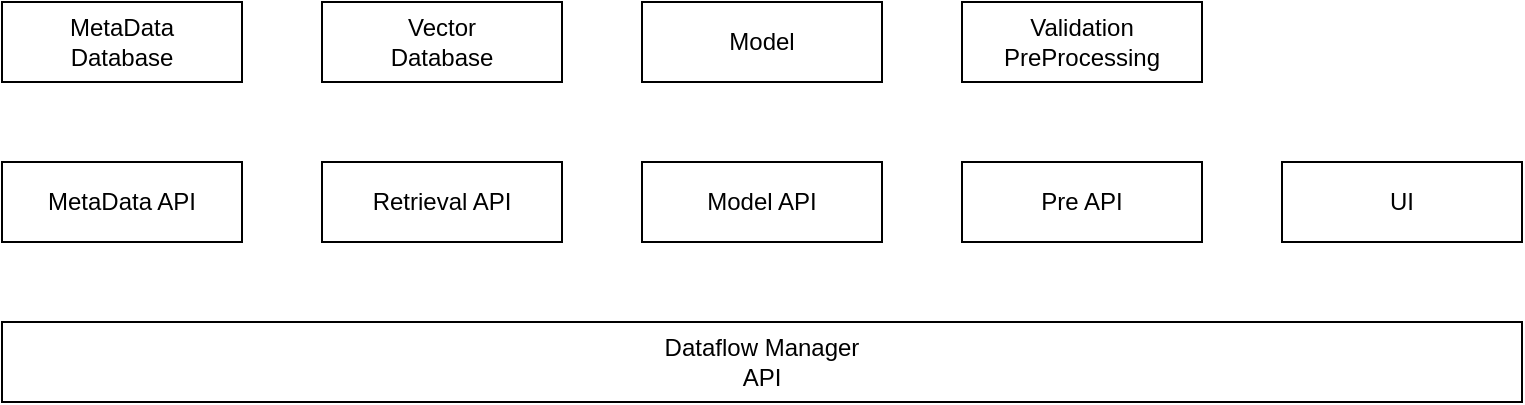
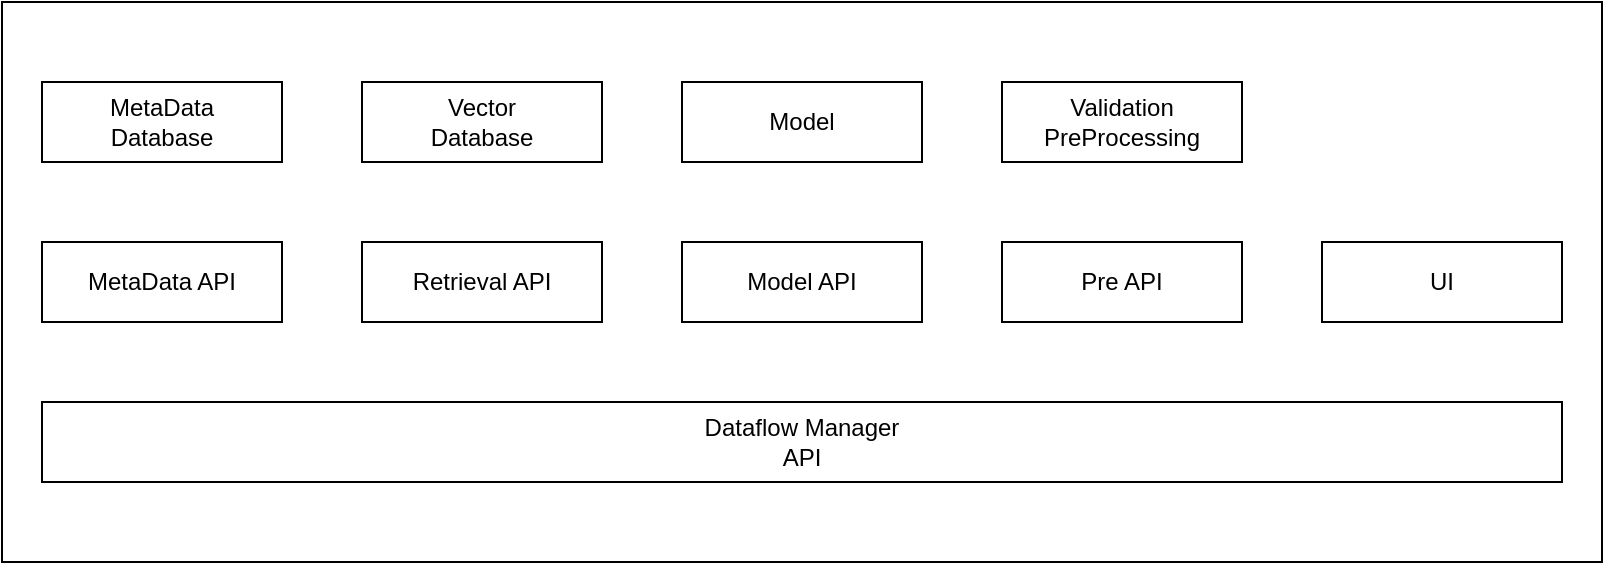
<mxfile host="app.diagrams.net">
  <diagram name="Page-1" id="dV6sFsgEIyX-CcUq-y50">
-     <mxGraphModel dx="1094" dy="630" grid="1" gridSize="10" guides="1" tooltips="1" connect="1" arrows="1" fold="1" page="1" pageScale="1" pageWidth="850" pageHeight="1100" math="0" shadow="0">
+     <mxGraphModel dx="1030" dy="567" grid="1" gridSize="10" guides="1" tooltips="1" connect="1" arrows="1" fold="1" page="1" pageScale="1" pageWidth="850" pageHeight="1100" math="0" shadow="0">
      <root>
        <mxCell id="0" />
        <mxCell id="1" parent="0" />
+         <mxCell id="oEmL9QSkqEDW2ZOyH5sm-1" parent="1" style="rounded=0;whiteSpace=wrap;html=1;" value="" vertex="1">
+           <mxGeometry height="280" width="800" x="20" y="120" as="geometry" />
+         </mxCell>
        <mxCell id="01rGyNu2nPAFHr5glRu8-1" parent="1" style="rounded=0;whiteSpace=wrap;html=1;" value="Model" vertex="1">
          <mxGeometry height="40" width="120" x="360" y="160" as="geometry" />
        </mxCell>
        <mxCell id="01rGyNu2nPAFHr5glRu8-3" parent="1" style="rounded=0;whiteSpace=wrap;html=1;" value="Model API" vertex="1">
          <mxGeometry height="40" width="120" x="360" y="240" as="geometry" />
        </mxCell>
        <mxCell id="01rGyNu2nPAFHr5glRu8-4" parent="1" style="rounded=0;whiteSpace=wrap;html=1;" value="UI" vertex="1">
          <mxGeometry height="40" width="120" x="680" y="240" as="geometry" />
        </mxCell>
        <mxCell id="01rGyNu2nPAFHr5glRu8-5" parent="1" style="rounded=0;whiteSpace=wrap;html=1;" value="&lt;div&gt;MetaData&lt;/div&gt;Database" vertex="1">
          <mxGeometry height="40" width="120" x="40" y="160" as="geometry" />
        </mxCell>
        <mxCell id="01rGyNu2nPAFHr5glRu8-8" parent="1" style="rounded=0;whiteSpace=wrap;html=1;" value="Dataflow Manager&lt;div&gt;API&lt;/div&gt;" vertex="1">
          <mxGeometry height="40" width="760" x="40" y="320" as="geometry" />
        </mxCell>
        <mxCell id="01rGyNu2nPAFHr5glRu8-9" parent="1" style="rounded=0;whiteSpace=wrap;html=1;" value="&lt;div&gt;Validation&lt;/div&gt;PreProcessing" vertex="1">
          <mxGeometry height="40" width="120" x="520" y="160" as="geometry" />
        </mxCell>
        <mxCell id="01rGyNu2nPAFHr5glRu8-10" parent="1" style="rounded=0;whiteSpace=wrap;html=1;" value="&lt;div&gt;Vector&lt;/div&gt;Database" vertex="1">
          <mxGeometry height="40" width="120" x="200" y="160" as="geometry" />
        </mxCell>
        <mxCell id="01rGyNu2nPAFHr5glRu8-15" parent="1" style="rounded=0;whiteSpace=wrap;html=1;" value="Pre API" vertex="1">
          <mxGeometry height="40" width="120" x="520" y="240" as="geometry" />
        </mxCell>
        <mxCell id="01rGyNu2nPAFHr5glRu8-16" parent="1" style="rounded=0;whiteSpace=wrap;html=1;" value="Retrieval API" vertex="1">
          <mxGeometry height="40" width="120" x="200" y="240" as="geometry" />
        </mxCell>
        <mxCell id="01rGyNu2nPAFHr5glRu8-17" parent="1" style="rounded=0;whiteSpace=wrap;html=1;" value="MetaData API" vertex="1">
          <mxGeometry height="40" width="120" x="40" y="240" as="geometry" />
        </mxCell>
      </root>
    </mxGraphModel>
  </diagram>
</mxfile>
